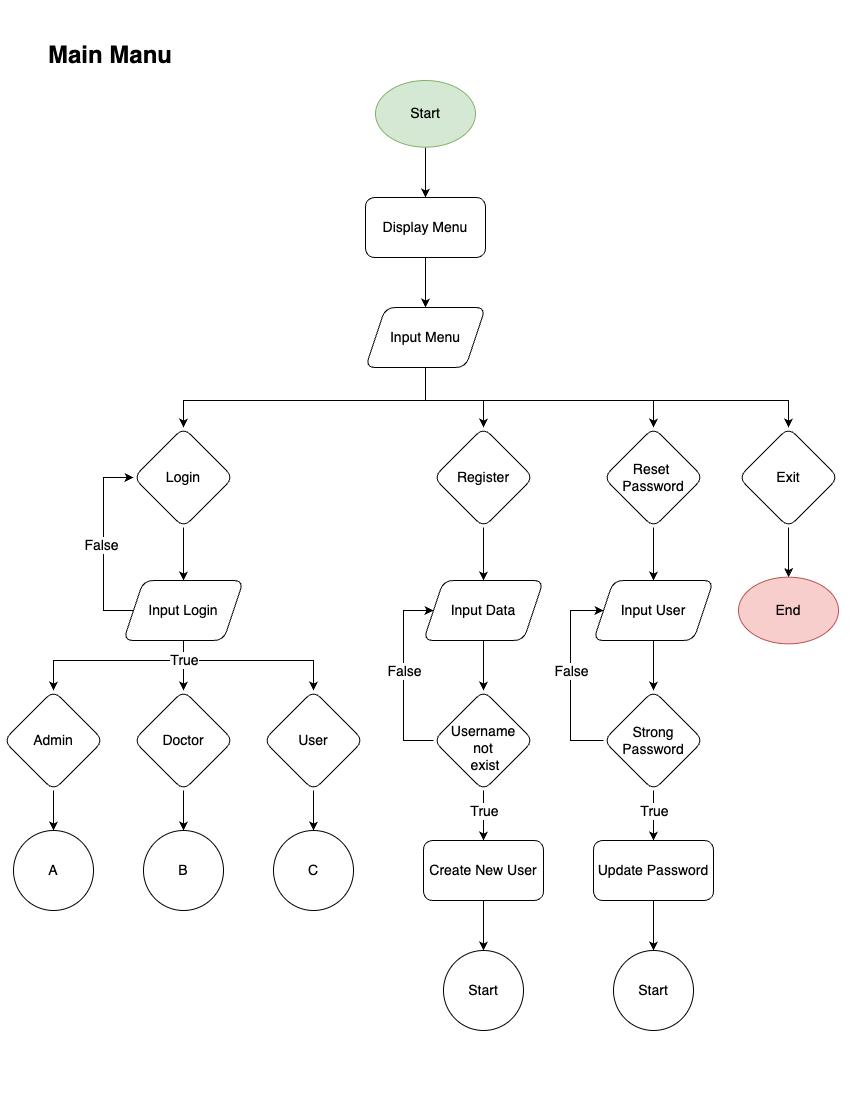
Before: Flowchart/Main Menu.png, a diagram exported from draw.io (BrillianAK/Capstone-Project-1). Source tidied: cells renumbered, new cells last; positions are measured from the earlier drawing's top-left corner, leaving out a move shared by most shapes.
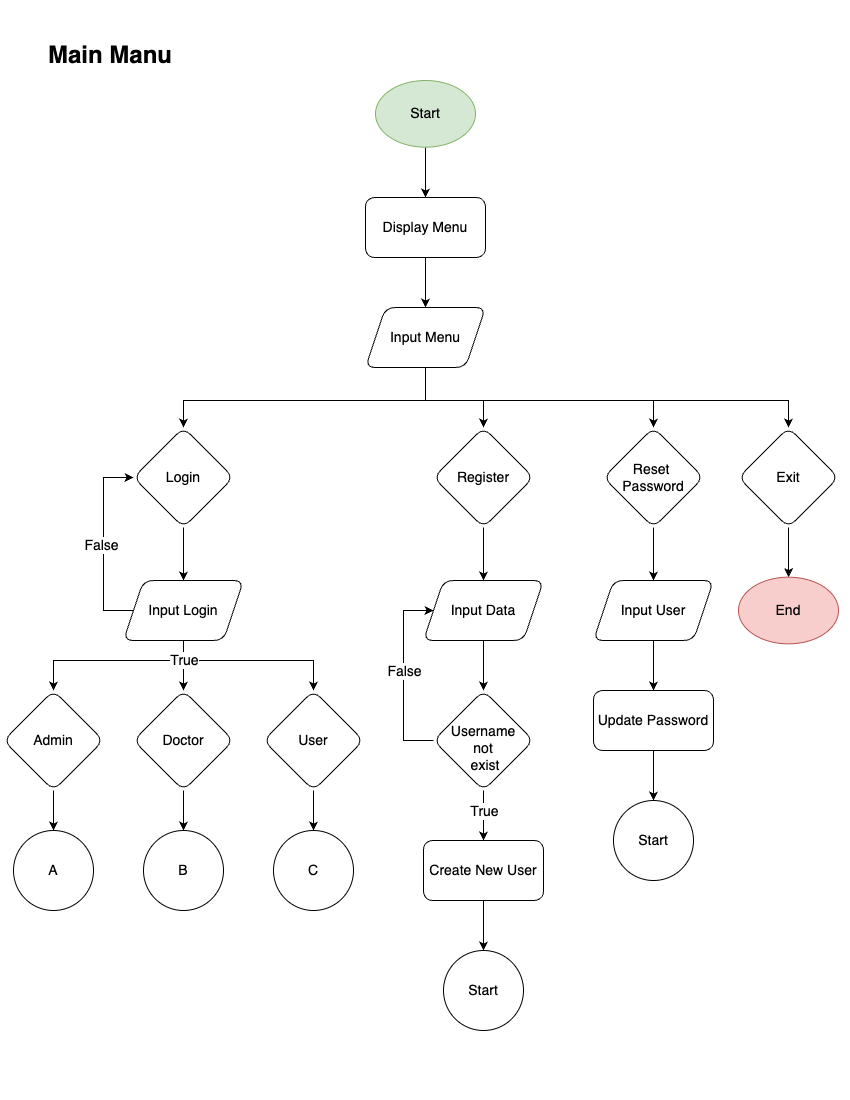
The same file after the commit.

What changed in the source:
```diff
@@ -74,7 +74,7 @@
       <mxGeometry relative="1" as="geometry" />
     </mxCell>
     <mxCell id="19" value="Update Password" style="rounded=1;whiteSpace=wrap;html=1;fontSize=14;" parent="1" vertex="1">
-      <mxGeometry x="590" y="800" width="120" height="60" as="geometry" />
+      <mxGeometry x="590" y="650" width="120" height="60" as="geometry" />
     </mxCell>
     <mxCell id="20" style="edgeStyle=orthogonalEdgeStyle;rounded=0;jettySize=auto;html=1;entryX=0.5;entryY=0;entryDx=0;entryDy=0;" parent="1" edge="1" source="21" target="41">
       <mxGeometry relative="1" as="geometry" />
@@ -88,8 +88,10 @@
     <mxCell id="23" value="Doctor" style="rhombus;whiteSpace=wrap;html=1;rounded=1;fontSize=14;" parent="1" vertex="1">
       <mxGeometry x="130" y="650" width="100" height="100" as="geometry" />
     </mxCell>
-    <mxCell id="24" style="edgeStyle=orthogonalEdgeStyle;rounded=0;jettySize=auto;html=1;entryX=0.5;entryY=0;entryDx=0;entryDy=0;" parent="1" edge="1" source="25" target="57">
-      <mxGeometry relative="1" as="geometry" />
+    <mxCell id="24" style="edgeStyle=orthogonalEdgeStyle;rounded=0;jettySize=auto;html=1;entryX=0.5;entryY=0;entryDx=0;entryDy=0;" parent="1" edge="1" source="25">
+      <mxGeometry relative="1" as="geometry">
+        <mxPoint x="650" y="650" as="targetPoint" />
+      </mxGeometry>
     </mxCell>
     <mxCell id="25" value="Input User" style="shape=parallelogram;perimeter=parallelogramPerimeter;whiteSpace=wrap;html=1;fixedSize=1;rotation=0;rounded=1;fontSize=14;" parent="1" vertex="1">
       <mxGeometry x="590" y="540" width="120" height="60" as="geometry" />
@@ -149,7 +151,7 @@
       <mxGeometry x="430" y="650" width="100" height="100" as="geometry" />
     </mxCell>
     <mxCell id="40" value="Start" style="ellipse;whiteSpace=wrap;html=1;fontSize=14;" parent="1" vertex="1">
-      <mxGeometry x="610" y="910" width="80" height="80" as="geometry" />
+      <mxGeometry x="610" y="760" width="80" height="80" as="geometry" />
     </mxCell>
     <mxCell id="41" value="Start" style="ellipse;whiteSpace=wrap;html=1;fontSize=14;" parent="1" vertex="1">
       <mxGeometry x="440" y="910" width="80" height="80" as="geometry" />
@@ -204,29 +206,5 @@
     <mxCell id="52" value="C" style="ellipse;whiteSpace=wrap;html=1;fontSize=14;" parent="1" vertex="1">
       <mxGeometry x="270" y="790" width="80" height="80" as="geometry" />
     </mxCell>
-    <mxCell id="53" style="edgeStyle=orthogonalEdgeStyle;rounded=0;jettySize=auto;html=1;entryX=0.5;entryY=0;entryDx=0;entryDy=0;" parent="1" edge="1" source="57" target="19">
-      <mxGeometry relative="1" as="geometry" />
-    </mxCell>
-    <mxCell id="54" value="True" style="edgeLabel;html=1;align=center;verticalAlign=middle;fontSize=14;" parent="53" vertex="1">
-      <mxGeometry x="0.26" relative="1" as="geometry">
-        <mxPoint y="-11" as="offset" />
-      </mxGeometry>
-    </mxCell>
-    <mxCell id="55" style="edgeStyle=orthogonalEdgeStyle;rounded=0;jettySize=auto;html=1;entryX=0;entryY=0.5;entryDx=0;entryDy=0;" parent="1" edge="1" source="57" target="25">
-      <mxGeometry relative="1" as="geometry">
-        <Array as="points">
-          <mxPoint x="567" y="700" />
-          <mxPoint x="567" y="570" />
-        </Array>
-      </mxGeometry>
-    </mxCell>
-    <mxCell id="56" value="False" style="edgeLabel;html=1;align=center;verticalAlign=middle;fontSize=14;" parent="55" vertex="1">
-      <mxGeometry y="-2" relative="1" as="geometry">
-        <mxPoint x="-2" y="-5" as="offset" />
-      </mxGeometry>
-    </mxCell>
-    <mxCell id="57" value="Strong&lt;div&gt;Password&lt;/div&gt;" style="rhombus;whiteSpace=wrap;html=1;rounded=1;fontSize=14;" parent="1" vertex="1">
-      <mxGeometry x="600" y="650" width="100" height="100" as="geometry" />
-    </mxCell>
   </root>
 </mxGraphModel>
```
